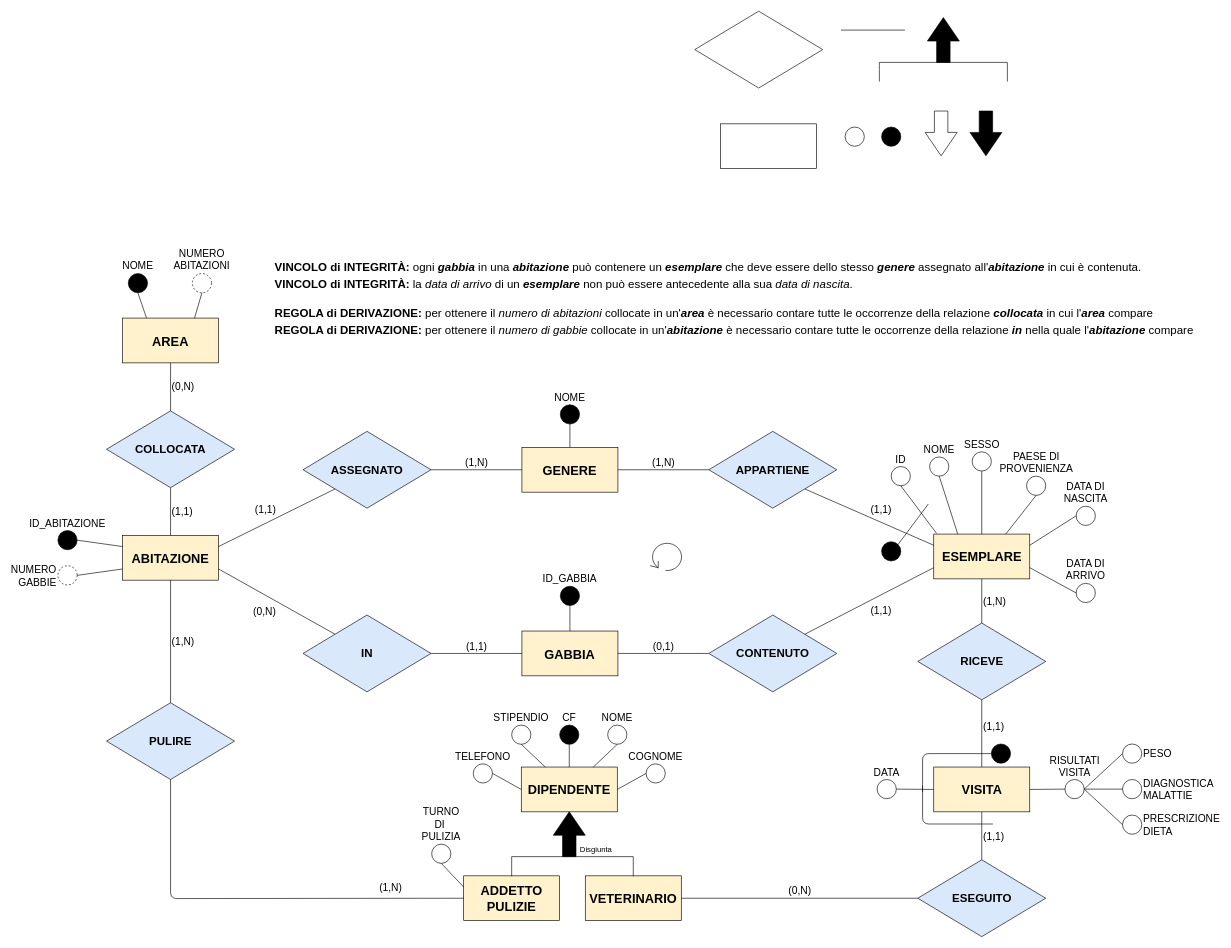
DanielePassabi/Progetto-Laboratorio-BSD keeps this draw.io diagram as 03_ER_Schema_v5.drawio. Above is the earlier version. Source tidied: cells renumbered, new cells numbered last; positions are measured from the earlier drawing's top-left corner, leaving out a move shared by most shapes. Both pictures are drawn from the tidied source at 64%, with x=0, y=0 at pixel (58, 11).
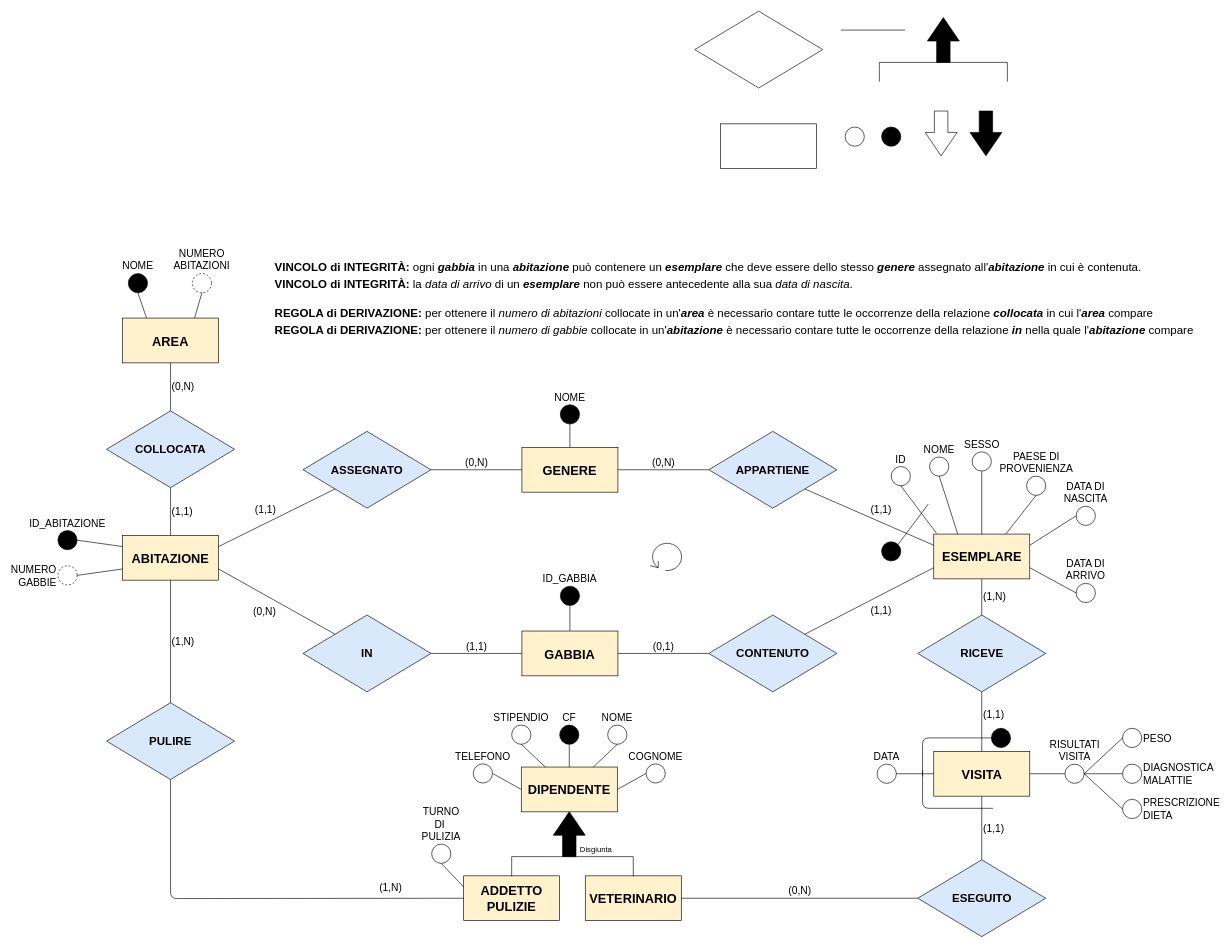
Above is the later version.

Commit message (it also covers changes not shown here):
ER e ER ristr, Relazionale

Unchanged cells that the change refers to:
```xml
<mxCell id="85" value="&lt;font size=&quot;1&quot;&gt;&lt;b style=&quot;font-size: 20px&quot;&gt;GENERE&lt;/b&gt;&lt;/font&gt;" style="rounded=0;whiteSpace=wrap;html=1;fillColor=#fff2cc;strokeColor=#000000;" parent="1" vertex="1">
  <mxGeometry x="725" y="681.5" width="150" height="70" as="geometry" />
</mxCell>
<mxCell id="86" value="&lt;span style=&quot;font-size: 18px&quot;&gt;&lt;b&gt;ASSEGNATO&lt;/b&gt;&lt;/span&gt;" style="rhombus;whiteSpace=wrap;html=1;fillColor=#dae8fc;strokeColor=#000000;" parent="1" vertex="1">
  <mxGeometry x="383" y="656.5" width="200" height="120" as="geometry" />
</mxCell>
<mxCell id="87" value="&lt;span style=&quot;font-size: 18px&quot;&gt;&lt;b&gt;APPARTIENE&lt;/b&gt;&lt;/span&gt;" style="rhombus;whiteSpace=wrap;html=1;fillColor=#dae8fc;strokeColor=#000000;" parent="1" vertex="1">
  <mxGeometry x="1017" y="656.5" width="200" height="120" as="geometry" />
</mxCell>
```

What changed in the source:
```diff
@@
     <mxCell id="47" value="RISULTATI VISITA" style="ellipse;html=1;fillColor=#FFFFFF;spacingBottom=0;fontSize=16;align=center;whiteSpace=wrap;labelPosition=center;verticalLabelPosition=top;verticalAlign=bottom;" parent="1" vertex="1">
-      <mxGeometry x="1573.5" y="1200.5" width="30" height="30" as="geometry" />
+      <mxGeometry x="1573.5" y="1176.5" width="30" height="30" as="geometry" />
     </mxCell>
     <mxCell id="48" value="DATA" style="ellipse;html=1;fillColor=#FFFFFF;spacingBottom=0;fontSize=16;align=center;whiteSpace=wrap;labelPosition=center;verticalLabelPosition=top;verticalAlign=bottom;" parent="1" vertex="1">
-      <mxGeometry x="1280" y="1200.5" width="30" height="30" as="geometry" />
+      <mxGeometry x="1280" y="1176.5" width="30" height="30" as="geometry" />
     </mxCell>
@@
     <mxCell id="67" value="PESO" style="ellipse;html=1;fillColor=#FFFFFF;spacingBottom=0;fontSize=16;align=left;whiteSpace=wrap;labelPosition=right;verticalLabelPosition=middle;verticalAlign=middle;" parent="1" vertex="1">
-      <mxGeometry x="1663.5" y="1145" width="30" height="30" as="geometry" />
+      <mxGeometry x="1663.5" y="1120.5" width="30" height="30" as="geometry" />
     </mxCell>
     <mxCell id="68" value="DIAGNOSTICA MALATTIE" style="ellipse;html=1;fillColor=#FFFFFF;spacingBottom=0;fontSize=16;align=left;whiteSpace=wrap;labelPosition=right;verticalLabelPosition=middle;verticalAlign=middle;" parent="1" vertex="1">
-      <mxGeometry x="1663.5" y="1200.5" width="30" height="30" as="geometry" />
+      <mxGeometry x="1663.5" y="1176.5" width="30" height="30" as="geometry" />
     </mxCell>
     <mxCell id="69" value="PRESCRIZIONE DIETA" style="ellipse;html=1;fillColor=#FFFFFF;spacingBottom=0;fontSize=16;align=left;whiteSpace=wrap;labelPosition=right;verticalLabelPosition=middle;verticalAlign=middle;" parent="1" vertex="1">
-      <mxGeometry x="1663.5" y="1256" width="30" height="30" as="geometry" />
+      <mxGeometry x="1663.5" y="1231.5" width="30" height="30" as="geometry" />
     </mxCell>
@@
-    <mxCell id="88" value="&lt;font color=&quot;#000000&quot;&gt;(1,N)&lt;/font&gt;" style="endArrow=none;html=1;fontSize=16;fontColor=#FFFFFF;exitX=1;exitY=0.5;exitDx=0;exitDy=0;entryX=0;entryY=0.5;entryDx=0;entryDy=0;labelPosition=center;verticalLabelPosition=top;align=center;verticalAlign=bottom;" parent="1" edge="1" source="86" target="85">
+    <mxCell id="88" value="&lt;font color=&quot;#000000&quot;&gt;(0,N)&lt;/font&gt;" style="endArrow=none;html=1;fontSize=16;fontColor=#FFFFFF;exitX=1;exitY=0.5;exitDx=0;exitDy=0;entryX=0;entryY=0.5;entryDx=0;entryDy=0;labelPosition=center;verticalLabelPosition=top;align=center;verticalAlign=bottom;" parent="1" edge="1" source="86" target="85">
       <mxGeometry relative="1" as="geometry" />
     </mxCell>
-    <mxCell id="89" value="&lt;font color=&quot;#000000&quot;&gt;(1,N)&lt;/font&gt;" style="endArrow=none;html=1;fontSize=16;fontColor=#FFFFFF;exitX=1;exitY=0.5;exitDx=0;exitDy=0;entryX=0;entryY=0.5;entryDx=0;entryDy=0;labelPosition=center;verticalLabelPosition=top;align=center;verticalAlign=bottom;" parent="1" edge="1" source="85" target="87">
+    <mxCell id="89" value="&lt;font color=&quot;#000000&quot;&gt;(0,N)&lt;/font&gt;" style="endArrow=none;html=1;fontSize=16;fontColor=#FFFFFF;exitX=1;exitY=0.5;exitDx=0;exitDy=0;entryX=0;entryY=0.5;entryDx=0;entryDy=0;labelPosition=center;verticalLabelPosition=top;align=center;verticalAlign=bottom;" parent="1" edge="1" source="85" target="87">
       <mxGeometry relative="1" as="geometry" />
     </mxCell>
@@
     <mxCell id="94" value="&lt;font size=&quot;1&quot;&gt;&lt;b style=&quot;font-size: 20px&quot;&gt;VISITA&lt;/b&gt;&lt;/font&gt;" style="rounded=0;whiteSpace=wrap;html=1;fillColor=#fff2cc;strokeColor=#000000;" parent="1" vertex="1">
-      <mxGeometry x="1368.5" y="1181" width="150" height="70" as="geometry" />
+      <mxGeometry x="1368.5" y="1156.5" width="150" height="70" as="geometry" />
     </mxCell>
@@
     <mxCell id="96" value="&lt;span style=&quot;font-size: 18px&quot;&gt;&lt;b&gt;RICEVE&lt;/b&gt;&lt;/span&gt;" style="rhombus;whiteSpace=wrap;html=1;fillColor=#dae8fc;strokeColor=#000000;" parent="1" vertex="1">
-      <mxGeometry x="1343.5" y="956" width="200" height="120" as="geometry" />
+      <mxGeometry x="1343.5" y="943.5" width="200" height="120" as="geometry" />
     </mxCell>
@@
     <mxCell id="101" style="ellipse;html=1;fillColor=#000000;spacingBottom=0;fontSize=16;align=center;whiteSpace=wrap;labelPosition=center;verticalLabelPosition=top;verticalAlign=bottom;" parent="1" vertex="1">
-      <mxGeometry x="1458.5" y="1145" width="30" height="30" as="geometry" />
+      <mxGeometry x="1458.5" y="1120.5" width="30" height="30" as="geometry" />
     </mxCell>
     <mxCell id="102" style="endArrow=none;html=1;" parent="1" edge="1">
       <mxGeometry relative="1" as="geometry">
-        <mxPoint x="1351" y="1210" as="sourcePoint" />
-        <mxPoint x="1461" y="1270" as="targetPoint" />
+        <mxPoint x="1351" y="1185.5" as="sourcePoint" />
+        <mxPoint x="1461" y="1245.5" as="targetPoint" />
         <Array as="points">
-          <mxPoint x="1351" y="1270" />
+          <mxPoint x="1351" y="1245.5" />
         </Array>
       </mxGeometry>
     </mxCell>
     <mxCell id="103" style="endArrow=none;html=1;exitX=0;exitY=0.5;exitDx=0;exitDy=0;" parent="1" edge="1" source="101">
       <mxGeometry relative="1" as="geometry">
-        <mxPoint x="1351" y="1220" as="targetPoint" />
+        <mxPoint x="1351" y="1195.5" as="targetPoint" />
         <Array as="points">
-          <mxPoint x="1351" y="1160" />
+          <mxPoint x="1351" y="1135.5" />
         </Array>
       </mxGeometry>
     </mxCell>
```
